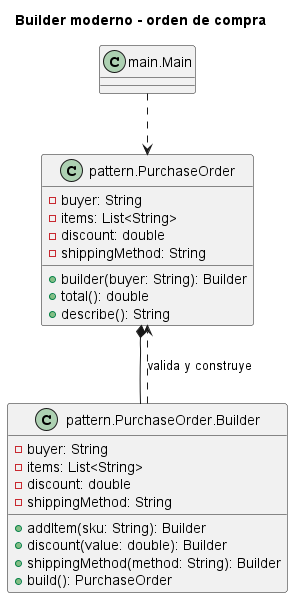
The PlantUML diagram 1. Creacionales/Builder/Ejemplo 5 - Builder moderno sin Director para orden de compra/UML.png in NicoCG32/Patrones-de-Software-y-Programacion-UCN, before a commit. Source of this version:
```plantuml
@startuml
title Builder moderno - orden de compra
class "main.Main" as Main
class "pattern.PurchaseOrder" as Order {
  -buyer: String
  -items: List<String>
  -discount: double
  -shippingMethod: String
  +builder(buyer: String): Builder
  +total(): double
  +describe(): String
}
class "pattern.PurchaseOrder.Builder" as Builder {
  -buyer: String
  -items: List<String>
  -discount: double
  -shippingMethod: String
  +addItem(sku: String): Builder
  +discount(value: double): Builder
  +shippingMethod(method: String): Builder
  +build(): PurchaseOrder
}
Main ..> Order
Order *-- Builder
Builder ..> Order : valida y construye
@enduml
```
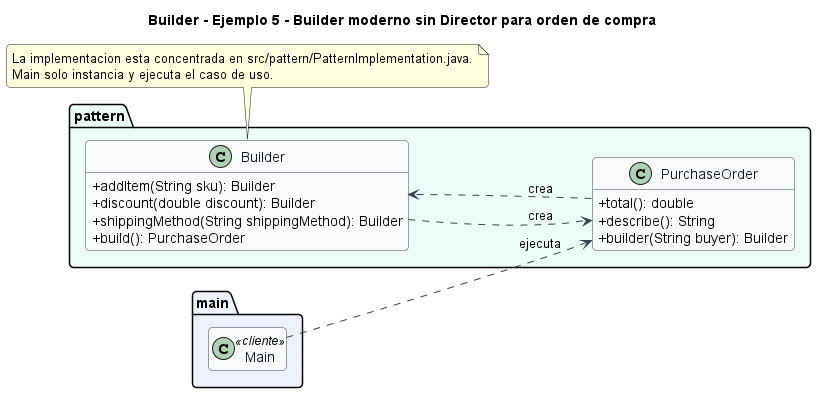
The same diagram one commit later.

The edit, as a diff of the source:
```diff
@@ -1,26 +1,42 @@
 @startuml
-title Builder moderno - orden de compra
-class "main.Main" as Main
-class "pattern.PurchaseOrder" as Order {
-  -buyer: String
-  -items: List<String>
-  -discount: double
-  -shippingMethod: String
-  +builder(buyer: String): Builder
-  +total(): double
-  +describe(): String
+title Builder - Ejemplo 5 - Builder moderno sin Director para orden de compra
+left to right direction
+skinparam backgroundColor #FFFFFF
+skinparam shadowing false
+skinparam roundcorner 8
+skinparam classAttributeIconSize 0
+skinparam class {
+  BackgroundColor #F8FAFC
+  BorderColor #334155
+  ArrowColor #334155
+  FontColor #0F172A
 }
-class "pattern.PurchaseOrder.Builder" as Builder {
-  -buyer: String
-  -items: List<String>
-  -discount: double
-  -shippingMethod: String
-  +addItem(sku: String): Builder
-  +discount(value: double): Builder
-  +shippingMethod(method: String): Builder
-  +build(): PurchaseOrder
+hide empty members
+
+package "main" #EEF2FF {
+  class Main <<cliente>>
 }
-Main ..> Order
-Order *-- Builder
-Builder ..> Order : valida y construye
+
+package "pattern" #ECFDF5 {
+  class PurchaseOrder {
+    +total(): double
+    +describe(): String
+    +builder(String buyer): Builder
+  }
+  class Builder {
+    +addItem(String sku): Builder
+    +discount(double discount): Builder
+    +shippingMethod(String shippingMethod): Builder
+    +build(): PurchaseOrder
+  }
+}
+
+PurchaseOrder ..> Builder : crea
+Builder ..> PurchaseOrder : crea
+Main ..> PurchaseOrder : ejecuta
+
+note bottom
+La implementacion esta concentrada en src/pattern/PatternImplementation.java.
+Main solo instancia y ejecuta el caso de uso.
+end note
 @enduml
```
